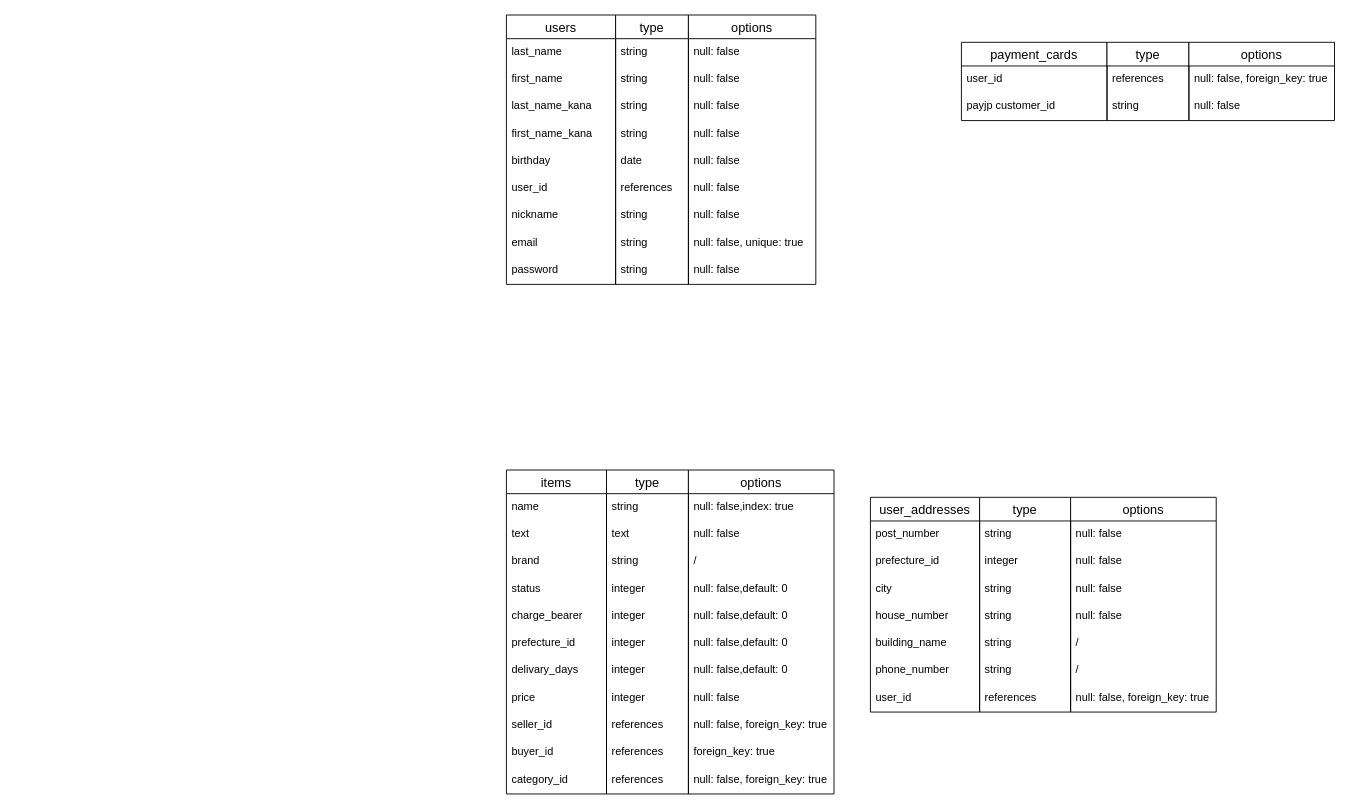
Before: ー/FURIMA-35792.dio in bakuchunin/furima-35792, a draw.io diagram. Source tidied: cells renumbered, new cells numbered last; positions are measured from the earlier drawing's top-left corner, leaving out a move shared by most shapes. Both pictures are drawn from the tidied source at 91%, with x=0, y=0 at pixel (506, 15).
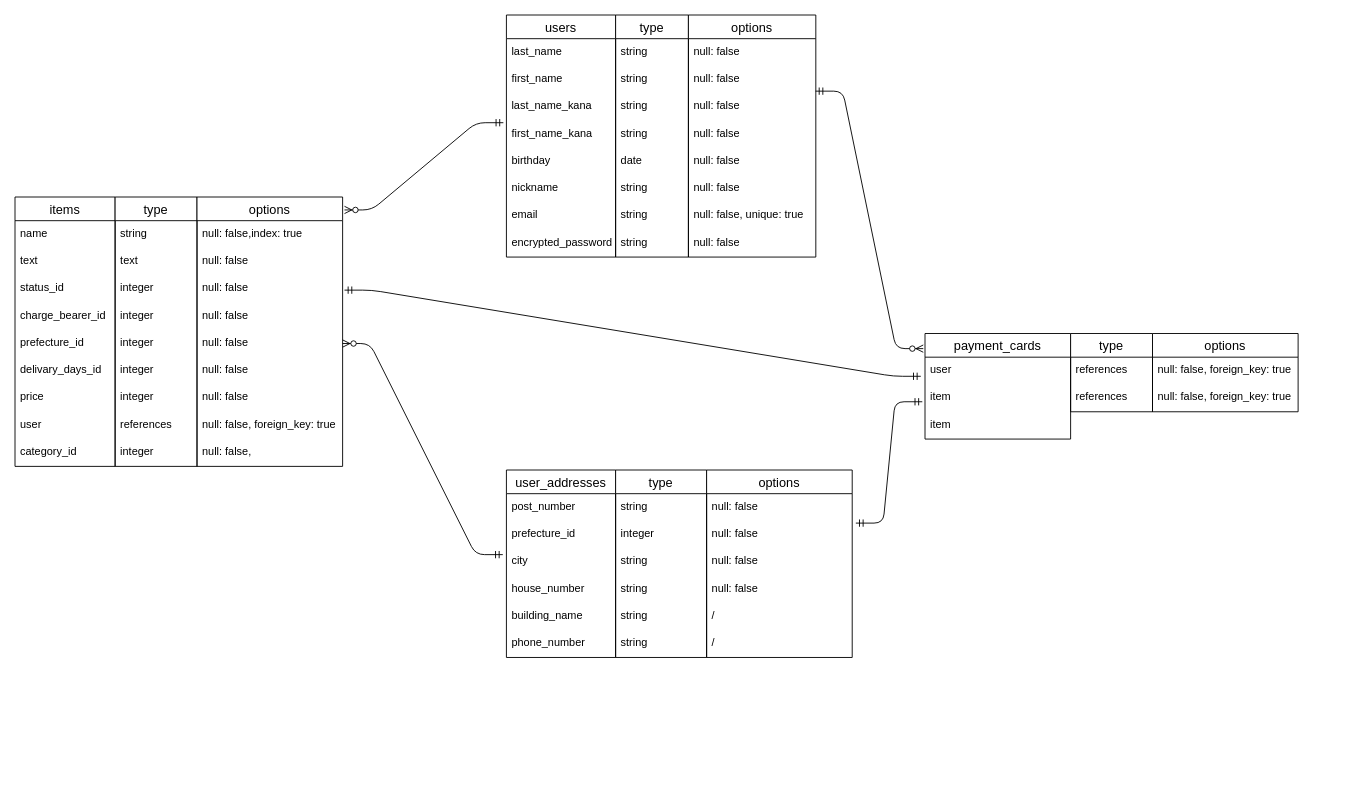
The same page after the edit.

The change refers to these unchanged cells:
```xml
<mxCell id="6" value="first_name_kana" style="text;strokeColor=none;fillColor=none;spacingLeft=4;spacingRight=4;overflow=hidden;points=[[0,0.5],[1,0.5]];portConstraint=eastwest;fontSize=12;" parent="2" vertex="1">
  <mxGeometry y="116" width="120" height="30" as="geometry" />
</mxCell>
<mxCell id="24" value="null: false" style="text;strokeColor=none;fillColor=none;spacingLeft=4;spacingRight=4;overflow=hidden;points=[[0,0.5],[1,0.5]];portConstraint=eastwest;fontSize=12;" parent="22" vertex="1">
  <mxGeometry y="56" width="140" height="30" as="geometry" />
</mxCell>
<mxCell id="71" value="city" style="text;strokeColor=none;fillColor=none;spacingLeft=4;spacingRight=4;overflow=hidden;points=[[0,0.5],[1,0.5]];portConstraint=eastwest;fontSize=12;" parent="68" vertex="1">
  <mxGeometry y="86" width="120" height="30" as="geometry" />
</mxCell>
<mxCell id="86" value="null: false" style="text;strokeColor=none;fillColor=none;spacingLeft=4;spacingRight=4;overflow=hidden;points=[[0,0.5],[1,0.5]];portConstraint=eastwest;fontSize=12;" parent="84" vertex="1">
  <mxGeometry y="56" width="160" height="30" as="geometry" />
</mxCell>
```

What changed in the source:
```diff
@@
     <mxCell id="2" value="users" style="swimlane;fontStyle=0;horizontal=1;startSize=26;align=center;fontSize=14;" parent="1" vertex="1">
-      <mxGeometry width="120" height="296" as="geometry" />
+      <mxGeometry width="120" height="266" as="geometry" />
     </mxCell>
@@
-    <mxCell id="8" value="user_id" style="text;strokeColor=none;fillColor=none;spacingLeft=4;spacingRight=4;overflow=hidden;fontSize=12;" parent="2" vertex="1">
-      <mxGeometry y="176" width="120" height="30" as="geometry" />
-    </mxCell>
     <mxCell id="9" value="nickname" style="text;strokeColor=none;fillColor=none;spacingLeft=4;spacingRight=4;overflow=hidden;fontSize=12;" parent="2" vertex="1">
-      <mxGeometry y="206" width="120" height="30" as="geometry" />
+      <mxGeometry y="176" width="120" height="30" as="geometry" />
     </mxCell>
     <mxCell id="10" value="email" style="text;strokeColor=none;fillColor=none;spacingLeft=4;spacingRight=4;overflow=hidden;fontSize=12;" parent="2" vertex="1">
-      <mxGeometry y="236" width="120" height="30" as="geometry" />
+      <mxGeometry y="206" width="120" height="30" as="geometry" />
     </mxCell>
-    <mxCell id="11" value="password" style="text;strokeColor=none;fillColor=none;spacingLeft=4;spacingRight=4;overflow=hidden;fontSize=12;" parent="2" vertex="1">
-      <mxGeometry y="266" width="120" height="30" as="geometry" />
+    <mxCell id="11" value="encrypted_password" style="text;strokeColor=none;fillColor=none;spacingLeft=4;spacingRight=4;overflow=hidden;fontSize=12;" parent="2" vertex="1">
+      <mxGeometry y="236" width="120" height="30" as="geometry" />
     </mxCell>
     <mxCell id="12" value="type" style="swimlane;fontStyle=0;horizontal=1;startSize=26;align=center;fontSize=14;" parent="1" vertex="1">
-      <mxGeometry x="120" width="80" height="296" as="geometry" />
+      <mxGeometry x="120" width="80" height="266" as="geometry" />
     </mxCell>
@@
-    <mxCell id="18" value="references" style="text;strokeColor=none;fillColor=none;spacingLeft=4;spacingRight=4;overflow=hidden;fontSize=12;" parent="12" vertex="1">
-      <mxGeometry y="176" width="80" height="30" as="geometry" />
-    </mxCell>
     <mxCell id="19" value="string" style="text;strokeColor=none;fillColor=none;spacingLeft=4;spacingRight=4;overflow=hidden;fontSize=12;" parent="12" vertex="1">
-      <mxGeometry y="206" width="80" height="30" as="geometry" />
+      <mxGeometry y="176" width="80" height="30" as="geometry" />
     </mxCell>
     <mxCell id="20" value="string" style="text;strokeColor=none;fillColor=none;spacingLeft=4;spacingRight=4;overflow=hidden;fontSize=12;" parent="12" vertex="1">
-      <mxGeometry y="236" width="80" height="30" as="geometry" />
+      <mxGeometry y="206" width="80" height="30" as="geometry" />
     </mxCell>
     <mxCell id="21" value="string" style="text;strokeColor=none;fillColor=none;spacingLeft=4;spacingRight=4;overflow=hidden;fontSize=12;" parent="12" vertex="1">
-      <mxGeometry y="266" width="80" height="30" as="geometry" />
+      <mxGeometry y="236" width="80" height="30" as="geometry" />
     </mxCell>
     <mxCell id="22" value="options" style="swimlane;fontStyle=0;horizontal=1;startSize=26;align=center;fontSize=14;" parent="1" vertex="1">
-      <mxGeometry x="200" width="140" height="296" as="geometry" />
+      <mxGeometry x="200" width="140" height="266" as="geometry" />
     </mxCell>
@@
-    <mxCell id="28" value="null: false" style="text;strokeColor=none;fillColor=none;spacingLeft=4;spacingRight=4;overflow=hidden;fontSize=12;" parent="22" vertex="1">
-      <mxGeometry y="176" width="140" height="30" as="geometry" />
-    </mxCell>
     <mxCell id="29" value="null: false" style="text;strokeColor=none;fillColor=none;spacingLeft=4;spacingRight=4;overflow=hidden;fontSize=12;" parent="22" vertex="1">
-      <mxGeometry y="206" width="140" height="30" as="geometry" />
+      <mxGeometry y="176" width="140" height="30" as="geometry" />
     </mxCell>
     <mxCell id="30" value="null: false, unique: true" style="text;strokeColor=none;fillColor=none;spacingLeft=4;spacingRight=4;overflow=hidden;fontSize=12;" parent="22" vertex="1">
-      <mxGeometry y="236" width="140" height="30" as="geometry" />
+      <mxGeometry y="206" width="140" height="30" as="geometry" />
     </mxCell>
     <mxCell id="31" value="null: false" style="text;strokeColor=none;fillColor=none;spacingLeft=4;spacingRight=4;overflow=hidden;fontSize=12;" parent="22" vertex="1">
-      <mxGeometry y="266" width="140" height="30" as="geometry" />
+      <mxGeometry y="236" width="140" height="30" as="geometry" />
     </mxCell>
     <mxCell id="32" value="items" style="swimlane;fontStyle=0;horizontal=1;startSize=26;align=center;fontSize=14;" parent="1" vertex="1">
-      <mxGeometry y="500" width="110" height="356" as="geometry" />
+      <mxGeometry x="-540" y="200" width="110" height="296" as="geometry" />
     </mxCell>
@@
-    <mxCell id="35" value="brand" style="text;strokeColor=none;fillColor=none;spacingLeft=4;spacingRight=4;overflow=hidden;fontSize=12;" parent="32" vertex="1">
-      <mxGeometry y="86" width="110" height="30" as="geometry" />
-    </mxCell>
-    <mxCell id="36" value="status" style="text;strokeColor=none;fillColor=none;spacingLeft=4;spacingRight=4;overflow=hidden;fontSize=12;" parent="32" vertex="1">
-      <mxGeometry y="116" width="110" height="30" as="geometry" />
+    <mxCell id="36" value="status_id" style="text;strokeColor=none;fillColor=none;spacingLeft=4;spacingRight=4;overflow=hidden;fontSize=12;" parent="32" vertex="1">
+      <mxGeometry y="86" width="110" height="30" as="geometry" />
     </mxCell>
-    <mxCell id="37" value="charge_bearer" style="text;strokeColor=none;fillColor=none;spacingLeft=4;spacingRight=4;overflow=hidden;fontSize=12;" parent="32" vertex="1">
-      <mxGeometry y="146" width="110" height="30" as="geometry" />
+    <mxCell id="37" value="charge_bearer_id" style="text;strokeColor=none;fillColor=none;spacingLeft=4;spacingRight=4;overflow=hidden;fontSize=12;" parent="32" vertex="1">
+      <mxGeometry y="116" width="110" height="30" as="geometry" />
     </mxCell>
     <mxCell id="38" value="prefecture_id" style="text;strokeColor=none;fillColor=none;spacingLeft=4;spacingRight=4;overflow=hidden;fontSize=12;" parent="32" vertex="1">
-      <mxGeometry y="176" width="110" height="30" as="geometry" />
+      <mxGeometry y="146" width="110" height="30" as="geometry" />
     </mxCell>
-    <mxCell id="39" value="delivary_days" style="text;strokeColor=none;fillColor=none;spacingLeft=4;spacingRight=4;overflow=hidden;fontSize=12;" parent="32" vertex="1">
-      <mxGeometry y="206" width="110" height="30" as="geometry" />
+    <mxCell id="39" value="delivary_days_id" style="text;strokeColor=none;fillColor=none;spacingLeft=4;spacingRight=4;overflow=hidden;fontSize=12;" parent="32" vertex="1">
+      <mxGeometry y="176" width="110" height="30" as="geometry" />
     </mxCell>
     <mxCell id="40" value="price" style="text;strokeColor=none;fillColor=none;spacingLeft=4;spacingRight=4;overflow=hidden;fontSize=12;" parent="32" vertex="1">
-      <mxGeometry y="236" width="110" height="30" as="geometry" />
+      <mxGeometry y="206" width="110" height="30" as="geometry" />
     </mxCell>
-    <mxCell id="41" value="seller_id" style="text;strokeColor=none;fillColor=none;spacingLeft=4;spacingRight=4;overflow=hidden;fontSize=12;" parent="32" vertex="1">
-      <mxGeometry y="266" width="110" height="30" as="geometry" />
+    <mxCell id="41" value="user" style="text;strokeColor=none;fillColor=none;spacingLeft=4;spacingRight=4;overflow=hidden;fontSize=12;" parent="32" vertex="1">
+      <mxGeometry y="236" width="110" height="30" as="geometry" />
     </mxCell>
-    <mxCell id="42" value="buyer_id" style="text;strokeColor=none;fillColor=none;spacingLeft=4;spacingRight=4;overflow=hidden;fontSize=12;" parent="32" vertex="1">
-      <mxGeometry y="296" width="110" height="30" as="geometry" />
-    </mxCell>
     <mxCell id="43" value="category_id" style="text;strokeColor=none;fillColor=none;spacingLeft=4;spacingRight=4;overflow=hidden;fontSize=12;" parent="32" vertex="1">
-      <mxGeometry y="326" width="110" height="30" as="geometry" />
+      <mxGeometry y="266" width="110" height="30" as="geometry" />
     </mxCell>
     <mxCell id="44" value="type" style="swimlane;fontStyle=0;horizontal=1;startSize=26;align=center;fontSize=14;" parent="1" vertex="1">
-      <mxGeometry x="110" y="500" width="90" height="356" as="geometry" />
+      <mxGeometry x="-430" y="200" width="90" height="296" as="geometry" />
     </mxCell>
@@
-    <mxCell id="47" value="string" style="text;strokeColor=none;fillColor=none;spacingLeft=4;spacingRight=4;overflow=hidden;fontSize=12;" parent="44" vertex="1">
-      <mxGeometry y="86" width="90" height="30" as="geometry" />
-    </mxCell>
     <mxCell id="48" value="integer" style="text;strokeColor=none;fillColor=none;spacingLeft=4;spacingRight=4;overflow=hidden;fontSize=12;" parent="44" vertex="1">
-      <mxGeometry y="116" width="90" height="30" as="geometry" />
+      <mxGeometry y="86" width="90" height="30" as="geometry" />
     </mxCell>
     <mxCell id="49" value="integer" style="text;strokeColor=none;fillColor=none;spacingLeft=4;spacingRight=4;overflow=hidden;fontSize=12;" parent="44" vertex="1">
-      <mxGeometry y="146" width="90" height="30" as="geometry" />
+      <mxGeometry y="116" width="90" height="30" as="geometry" />
     </mxCell>
     <mxCell id="50" value="integer" style="text;strokeColor=none;fillColor=none;spacingLeft=4;spacingRight=4;overflow=hidden;fontSize=12;" parent="44" vertex="1">
-      <mxGeometry y="176" width="90" height="30" as="geometry" />
+      <mxGeometry y="146" width="90" height="30" as="geometry" />
     </mxCell>
     <mxCell id="51" value="integer" style="text;strokeColor=none;fillColor=none;spacingLeft=4;spacingRight=4;overflow=hidden;fontSize=12;" parent="44" vertex="1">
-      <mxGeometry y="206" width="90" height="30" as="geometry" />
+      <mxGeometry y="176" width="90" height="30" as="geometry" />
     </mxCell>
     <mxCell id="52" value="integer" style="text;strokeColor=none;fillColor=none;spacingLeft=4;spacingRight=4;overflow=hidden;fontSize=12;" parent="44" vertex="1">
-      <mxGeometry y="236" width="90" height="30" as="geometry" />
+      <mxGeometry y="206" width="90" height="30" as="geometry" />
     </mxCell>
     <mxCell id="53" value="references" style="text;strokeColor=none;fillColor=none;spacingLeft=4;spacingRight=4;overflow=hidden;fontSize=12;" parent="44" vertex="1">
-      <mxGeometry y="266" width="90" height="30" as="geometry" />
+      <mxGeometry y="236" width="90" height="30" as="geometry" />
     </mxCell>
-    <mxCell id="54" value="references" style="text;strokeColor=none;fillColor=none;spacingLeft=4;spacingRight=4;overflow=hidden;fontSize=12;" parent="44" vertex="1">
-      <mxGeometry y="296" width="90" height="30" as="geometry" />
-    </mxCell>
-    <mxCell id="55" value="references" style="text;strokeColor=none;fillColor=none;spacingLeft=4;spacingRight=4;overflow=hidden;fontSize=12;" parent="44" vertex="1">
-      <mxGeometry y="326" width="90" height="30" as="geometry" />
+    <mxCell id="55" value="integer" style="text;strokeColor=none;fillColor=none;spacingLeft=4;spacingRight=4;overflow=hidden;fontSize=12;" parent="44" vertex="1">
+      <mxGeometry y="266" width="90" height="30" as="geometry" />
     </mxCell>
     <mxCell id="56" value="options" style="swimlane;fontStyle=0;horizontal=1;startSize=26;align=center;fontSize=14;" parent="1" vertex="1">
-      <mxGeometry x="200" y="500" width="160" height="356" as="geometry" />
+      <mxGeometry x="-340" y="200" width="160" height="296" as="geometry" />
     </mxCell>
@@
-    <mxCell id="59" value="/" style="text;strokeColor=none;fillColor=none;spacingLeft=4;spacingRight=4;overflow=hidden;fontSize=12;" parent="56" vertex="1">
-      <mxGeometry y="86" width="160" height="30" as="geometry" />
-    </mxCell>
-    <mxCell id="60" value="null: false,default: 0" style="text;strokeColor=none;fillColor=none;spacingLeft=4;spacingRight=4;overflow=hidden;points=[[0,0.5],[1,0.5]];portConstraint=eastwest;fontSize=12;" parent="56" vertex="1">
-      <mxGeometry y="116" width="160" height="30" as="geometry" />
+    <mxCell id="60" value="null: false" style="text;strokeColor=none;fillColor=none;spacingLeft=4;spacingRight=4;overflow=hidden;points=[[0,0.5],[1,0.5]];portConstraint=eastwest;fontSize=12;" parent="56" vertex="1">
+      <mxGeometry y="86" width="160" height="30" as="geometry" />
     </mxCell>
-    <mxCell id="61" value="null: false,default: 0" style="text;strokeColor=none;fillColor=none;spacingLeft=4;spacingRight=4;overflow=hidden;fontSize=12;" parent="56" vertex="1">
-      <mxGeometry y="146" width="160" height="30" as="geometry" />
+    <mxCell id="61" value="null: false" style="text;strokeColor=none;fillColor=none;spacingLeft=4;spacingRight=4;overflow=hidden;fontSize=12;" parent="56" vertex="1">
+      <mxGeometry y="116" width="160" height="30" as="geometry" />
     </mxCell>
-    <mxCell id="62" value="null: false,default: 0" style="text;strokeColor=none;fillColor=none;spacingLeft=4;spacingRight=4;overflow=hidden;points=[[0,0.5],[1,0.5]];portConstraint=eastwest;fontSize=12;" parent="56" vertex="1">
-      <mxGeometry y="176" width="160" height="30" as="geometry" />
+    <mxCell id="62" value="null: false" style="text;strokeColor=none;fillColor=none;spacingLeft=4;spacingRight=4;overflow=hidden;points=[[0,0.5],[1,0.5]];portConstraint=eastwest;fontSize=12;" parent="56" vertex="1">
+      <mxGeometry y="146" width="160" height="30" as="geometry" />
     </mxCell>
-    <mxCell id="63" value="null: false,default: 0" style="text;strokeColor=none;fillColor=none;spacingLeft=4;spacingRight=4;overflow=hidden;fontSize=12;" parent="56" vertex="1">
-      <mxGeometry y="206" width="160" height="30" as="geometry" />
+    <mxCell id="63" value="null: false" style="text;strokeColor=none;fillColor=none;spacingLeft=4;spacingRight=4;overflow=hidden;fontSize=12;" parent="56" vertex="1">
+      <mxGeometry y="176" width="160" height="30" as="geometry" />
     </mxCell>
     <mxCell id="64" value="null: false" style="text;strokeColor=none;fillColor=none;spacingLeft=4;spacingRight=4;overflow=hidden;fontSize=12;" parent="56" vertex="1">
-      <mxGeometry y="236" width="160" height="30" as="geometry" />
+      <mxGeometry y="206" width="160" height="30" as="geometry" />
     </mxCell>
     <mxCell id="65" value="null: false, foreign_key: true" style="text;strokeColor=none;fillColor=none;spacingLeft=4;spacingRight=4;overflow=hidden;fontSize=12;" parent="56" vertex="1">
-      <mxGeometry y="266" width="160" height="30" as="geometry" />
+      <mxGeometry y="236" width="160" height="30" as="geometry" />
     </mxCell>
-    <mxCell id="66" value="foreign_key: true" style="text;strokeColor=none;fillColor=none;spacingLeft=4;spacingRight=4;overflow=hidden;fontSize=12;" parent="56" vertex="1">
-      <mxGeometry y="296" width="160" height="30" as="geometry" />
-    </mxCell>
-    <mxCell id="67" value="null: false, foreign_key: true" style="text;strokeColor=none;fillColor=none;spacingLeft=4;spacingRight=4;overflow=hidden;fontSize=12;" parent="56" vertex="1">
-      <mxGeometry y="326" width="160" height="30" as="geometry" />
+    <mxCell id="67" value="null: false," style="text;strokeColor=none;fillColor=none;spacingLeft=4;spacingRight=4;overflow=hidden;fontSize=12;" parent="56" vertex="1">
+      <mxGeometry y="266" width="160" height="30" as="geometry" />
     </mxCell>
     <mxCell id="68" value="user_addresses" style="swimlane;fontStyle=0;horizontal=1;startSize=26;align=center;fontSize=14;" parent="1" vertex="1">
-      <mxGeometry x="400" y="530" width="120" height="236" as="geometry" />
+      <mxGeometry y="500" width="120" height="206" as="geometry" />
     </mxCell>
@@
-    <mxCell id="75" value="user_id" style="text;strokeColor=none;fillColor=none;spacingLeft=4;spacingRight=4;overflow=hidden;fontSize=12;" parent="68" vertex="1">
-      <mxGeometry y="206" width="120" height="30" as="geometry" />
-    </mxCell>
     <mxCell id="76" value="type" style="swimlane;fontStyle=0;horizontal=1;startSize=26;align=center;fontSize=14;" parent="1" vertex="1">
-      <mxGeometry x="520" y="530" width="100" height="236" as="geometry" />
+      <mxGeometry x="120" y="500" width="100" height="206" as="geometry" />
     </mxCell>
@@
-    <mxCell id="83" value="references" style="text;strokeColor=none;fillColor=none;spacingLeft=4;spacingRight=4;overflow=hidden;fontSize=12;" parent="76" vertex="1">
-      <mxGeometry y="206" width="100" height="30" as="geometry" />
-    </mxCell>
     <mxCell id="84" value="options" style="swimlane;fontStyle=0;horizontal=1;startSize=26;align=center;fontSize=14;" parent="1" vertex="1">
-      <mxGeometry x="620" y="530" width="160" height="236" as="geometry" />
+      <mxGeometry x="220" y="500" width="160" height="206" as="geometry" />
     </mxCell>
@@
-    <mxCell id="91" value="null: false, foreign_key: true" style="text;strokeColor=none;fillColor=none;spacingLeft=4;spacingRight=4;overflow=hidden;fontSize=12;" parent="84" vertex="1">
-      <mxGeometry y="206" width="160" height="30" as="geometry" />
-    </mxCell>
     <mxCell id="92" value="payment_cards" style="swimlane;fontStyle=0;horizontal=1;startSize=26;align=center;fontSize=14;" parent="1" vertex="1">
-      <mxGeometry x="500" y="30" width="160" height="86" as="geometry" />
+      <mxGeometry x="460" y="350" width="160" height="116" as="geometry" />
     </mxCell>
-    <mxCell id="93" value="user_id" style="text;strokeColor=none;fillColor=none;spacingLeft=4;spacingRight=4;overflow=hidden;points=[[0,0.5],[1,0.5]];portConstraint=eastwest;fontSize=12;" parent="92" vertex="1">
+    <mxCell id="93" value="user" style="text;strokeColor=none;fillColor=none;spacingLeft=4;spacingRight=4;overflow=hidden;points=[[0,0.5],[1,0.5]];portConstraint=eastwest;fontSize=12;" parent="92" vertex="1">
       <mxGeometry y="26" width="160" height="30" as="geometry" />
     </mxCell>
+    <mxCell id="101" value="item" style="text;strokeColor=none;fillColor=none;spacingLeft=4;spacingRight=4;overflow=hidden;fontSize=12;" parent="92" vertex="1">
+      <mxGeometry y="56" width="160" height="30" as="geometry" />
+    </mxCell>
-    <mxCell id="94" value="payjp customer_id" style="text;strokeColor=none;fillColor=none;spacingLeft=4;spacingRight=4;overflow=hidden;fontSize=12;" parent="92" vertex="1">
-      <mxGeometry y="56" width="160" height="30" as="geometry" />
+    <mxCell id="94" value="item" style="text;strokeColor=none;fillColor=none;spacingLeft=4;spacingRight=4;overflow=hidden;fontSize=12;" parent="92" vertex="1">
+      <mxGeometry y="86" width="160" height="30" as="geometry" />
     </mxCell>
     <mxCell id="95" value="type" style="swimlane;fontStyle=0;horizontal=1;startSize=26;align=center;fontSize=14;" parent="1" vertex="1">
-      <mxGeometry x="660" y="30" width="90" height="86" as="geometry" />
+      <mxGeometry x="620" y="350" width="90" height="86" as="geometry" />
     </mxCell>
@@
-    <mxCell id="97" value="string" style="text;strokeColor=none;fillColor=none;spacingLeft=4;spacingRight=4;overflow=hidden;fontSize=12;" parent="95" vertex="1">
+    <mxCell id="97" value="references" style="text;strokeColor=none;fillColor=none;spacingLeft=4;spacingRight=4;overflow=hidden;fontSize=12;" parent="95" vertex="1">
       <mxGeometry y="56" width="90" height="30" as="geometry" />
     </mxCell>
     <mxCell id="98" value="options" style="swimlane;fontStyle=0;horizontal=1;startSize=26;align=center;fontSize=14;" parent="1" vertex="1">
-      <mxGeometry x="750" y="30" width="160" height="86" as="geometry" />
+      <mxGeometry x="710" y="350" width="160" height="86" as="geometry" />
     </mxCell>
@@
-    <mxCell id="100" value="null: false" style="text;strokeColor=none;fillColor=none;spacingLeft=4;spacingRight=4;overflow=hidden;fontSize=12;" parent="98" vertex="1">
+    <mxCell id="100" value="null: false, foreign_key: true" style="text;strokeColor=none;fillColor=none;spacingLeft=4;spacingRight=4;overflow=hidden;fontSize=12;" parent="98" vertex="1">
       <mxGeometry y="56" width="160" height="30" as="geometry" />
     </mxCell>
+    <mxCell id="102" style="edgeStyle=entityRelationEdgeStyle;fontSize=12;html=1;endArrow=ERzeroToMany;startArrow=ERmandOne;exitX=0.998;exitY=0.922;exitDx=0;exitDy=0;exitPerimeter=0;entryX=-0.012;entryY=0.143;entryDx=0;entryDy=0;entryPerimeter=0;" parent="1" edge="1" source="24" target="92">
+      <mxGeometry relative="1" as="geometry" />
+    </mxCell>
+    <mxCell id="103" style="edgeStyle=entityRelationEdgeStyle;fontSize=12;html=1;endArrow=ERzeroToMany;startArrow=ERmandOne;exitX=-0.033;exitY=0.233;exitDx=0;exitDy=0;exitPerimeter=0;" parent="1" edge="1" source="71" target="62">
+      <mxGeometry relative="1" as="geometry" />
+    </mxCell>
+    <mxCell id="104" style="edgeStyle=entityRelationEdgeStyle;fontSize=12;html=1;endArrow=ERmandOne;startArrow=ERmandOne;exitX=1.025;exitY=0.078;exitDx=0;exitDy=0;exitPerimeter=0;" parent="1" edge="1" source="86">
+      <mxGeometry relative="1" as="geometry">
+        <mxPoint x="457" y="425" as="targetPoint" />
+      </mxGeometry>
+    </mxCell>
+    <mxCell id="105" style="edgeStyle=entityRelationEdgeStyle;fontSize=12;html=1;endArrow=ERzeroToMany;startArrow=ERmandOne;exitX=-0.028;exitY=0.078;exitDx=0;exitDy=0;exitPerimeter=0;entryX=1.013;entryY=0.048;entryDx=0;entryDy=0;entryPerimeter=0;" parent="1" edge="1" source="6" target="56">
+      <mxGeometry relative="1" as="geometry" />
+    </mxCell>
+    <mxCell id="106" style="edgeStyle=entityRelationEdgeStyle;fontSize=12;html=1;endArrow=ERmandOne;startArrow=ERmandOne;exitX=1.013;exitY=0.544;exitDx=0;exitDy=0;exitPerimeter=0;entryX=-0.029;entryY=0.7;entryDx=0;entryDy=0;entryPerimeter=0;" parent="1" edge="1" source="60" target="93">
+      <mxGeometry relative="1" as="geometry" />
+    </mxCell>
```
